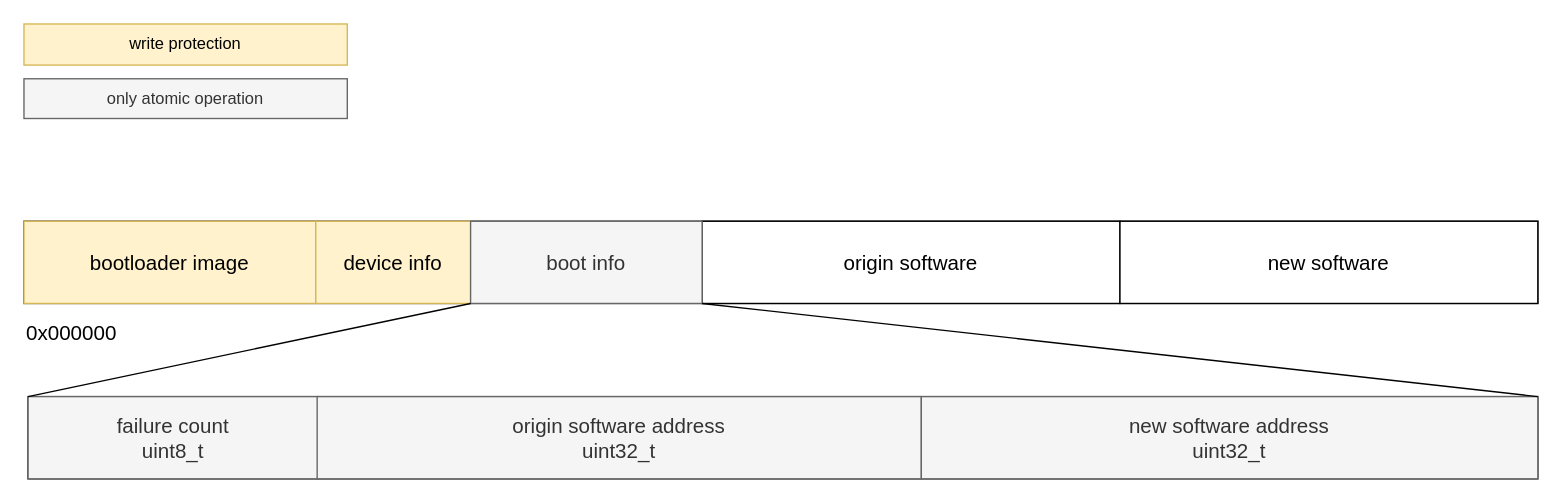
Before: schematic/05-sw-flash-structure.drawio in petrkucerak/diplom-thesis, a draw.io diagram. Source tidied: cells renumbered, new cells numbered last; positions are measured from the earlier drawing's top-left corner, leaving out a move shared by most shapes. Both pictures are drawn from the tidied source at 137%, with x=0, y=0 at pixel (23, 23).
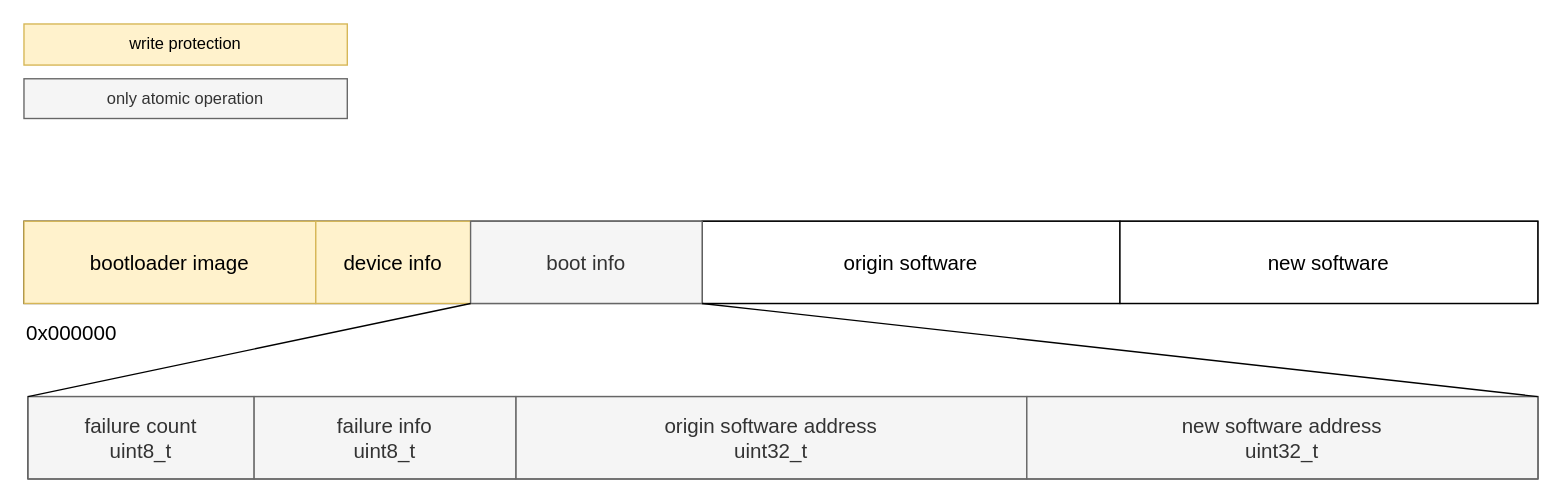
After the change.

Diff of the diagram source:
```diff
@@
 <mxGraphModel>
   <root>
     <mxCell id="0" />
     <mxCell id="1" parent="0" />
     <mxCell id="2" style="rounded=0;whiteSpace=wrap;html=1;fontSize=15;" parent="1" vertex="1">
       <mxGeometry y="144" width="1105" height="60" as="geometry" />
     </mxCell>
     <mxCell id="3" value="bootloader image" style="rounded=0;whiteSpace=wrap;html=1;fontSize=15;fillColor=#fff2cc;strokeColor=#d6b656;" parent="1" vertex="1">
       <mxGeometry y="144" width="213" height="60" as="geometry" />
     </mxCell>
     <mxCell id="4" value="device info" style="rounded=0;whiteSpace=wrap;html=1;fontSize=15;fillColor=#fff2cc;strokeColor=#d6b656;" parent="1" vertex="1">
       <mxGeometry x="213" y="144" width="113" height="60" as="geometry" />
     </mxCell>
     <mxCell id="5" value="&lt;span style=&quot;color: rgb(0, 0, 0);&quot;&gt;origin&amp;nbsp;&lt;/span&gt;software" style="rounded=0;whiteSpace=wrap;html=1;fontSize=15;" parent="1" vertex="1">
       <mxGeometry x="495" y="144" width="305" height="60" as="geometry" />
     </mxCell>
     <mxCell id="6" value="&lt;span style=&quot;color: rgb(0, 0, 0);&quot;&gt;new&amp;nbsp;&lt;/span&gt;software" style="rounded=0;whiteSpace=wrap;html=1;fontSize=15;" parent="1" vertex="1">
       <mxGeometry x="800" y="144" width="305" height="60" as="geometry" />
     </mxCell>
     <mxCell id="7" style="rounded=0;whiteSpace=wrap;html=1;fontSize=15;" parent="1" vertex="1">
       <mxGeometry x="3" y="272" width="1102" height="60" as="geometry" />
     </mxCell>
     <mxCell id="8" value="failure count&lt;div&gt;uint8_t&lt;/div&gt;" style="rounded=0;whiteSpace=wrap;html=1;fillColor=#f5f5f5;fontColor=#333333;strokeColor=#666666;fontSize=15;" parent="1" vertex="1">
-      <mxGeometry x="3" y="272" width="212" height="60" as="geometry" />
+      <mxGeometry x="3" y="272" width="165" height="60" as="geometry" />
     </mxCell>
     <mxCell id="9" value="origin software address&lt;div&gt;uint32_t&lt;/div&gt;" style="rounded=0;whiteSpace=wrap;html=1;fillColor=#f5f5f5;fontColor=#333333;strokeColor=#666666;fontSize=15;" parent="1" vertex="1">
-      <mxGeometry x="214" y="272" width="441" height="60" as="geometry" />
+      <mxGeometry x="359" y="272" width="373" height="60" as="geometry" />
     </mxCell>
     <mxCell id="10" value="new&amp;nbsp;&lt;span style=&quot;color: rgb(51, 51, 51);&quot;&gt;software&amp;nbsp;&lt;/span&gt;address&lt;div&gt;uint32_t&lt;/div&gt;" style="rounded=0;whiteSpace=wrap;html=1;fillColor=#f5f5f5;fontColor=#333333;strokeColor=#666666;fontSize=15;" parent="1" vertex="1">
-      <mxGeometry x="655" y="272" width="450" height="60" as="geometry" />
+      <mxGeometry x="732" y="272" width="373" height="60" as="geometry" />
     </mxCell>
     <mxCell id="11" value="0x00&lt;span style=&quot;color: rgb(0, 0, 0);&quot;&gt;0000&lt;/span&gt;" style="text;html=1;align=left;verticalAlign=middle;strokeColor=none;fillColor=none;fontSize=15;" parent="1" vertex="1">
       <mxGeometry y="210" width="84" height="30" as="geometry" />
     </mxCell>
     <mxCell id="12" value="boot info" style="rounded=0;whiteSpace=wrap;html=1;fillColor=#f5f5f5;fontColor=#333333;strokeColor=#666666;fontSize=15;" parent="1" vertex="1">
       <mxGeometry x="326" y="144" width="169" height="60" as="geometry" />
     </mxCell>
     <mxCell id="13" style="endArrow=none;html=1;entryX=1;entryY=1;entryDx=0;entryDy=0;exitX=0;exitY=0;exitDx=0;exitDy=0;fontSize=15;" parent="1" edge="1" source="8" target="4">
       <mxGeometry relative="1" as="geometry" />
     </mxCell>
     <mxCell id="14" style="endArrow=none;html=1;entryX=0;entryY=1;entryDx=0;entryDy=0;exitX=1;exitY=0;exitDx=0;exitDy=0;fontSize=15;" parent="1" edge="1" source="10" target="5">
       <mxGeometry relative="1" as="geometry" />
     </mxCell>
     <mxCell id="15" value="write protection" style="rounded=0;whiteSpace=wrap;html=1;fillColor=#fff2cc;strokeColor=#d6b656;" parent="1" vertex="1">
       <mxGeometry width="236" height="30" as="geometry" />
     </mxCell>
     <mxCell id="16" value="only atomic operation" style="rounded=0;whiteSpace=wrap;html=1;fillColor=#f5f5f5;strokeColor=#666666;fontColor=#333333;" parent="1" vertex="1">
       <mxGeometry y="40" width="236" height="29" as="geometry" />
     </mxCell>
+    <mxCell id="17" value="failure info&lt;br&gt;&lt;div&gt;uint8_t&lt;/div&gt;" style="rounded=0;whiteSpace=wrap;html=1;fillColor=#f5f5f5;fontColor=#333333;strokeColor=#666666;fontSize=15;" parent="1" vertex="1">
+      <mxGeometry x="168" y="272" width="191" height="60" as="geometry" />
+    </mxCell>
   </root>
 </mxGraphModel>
```
